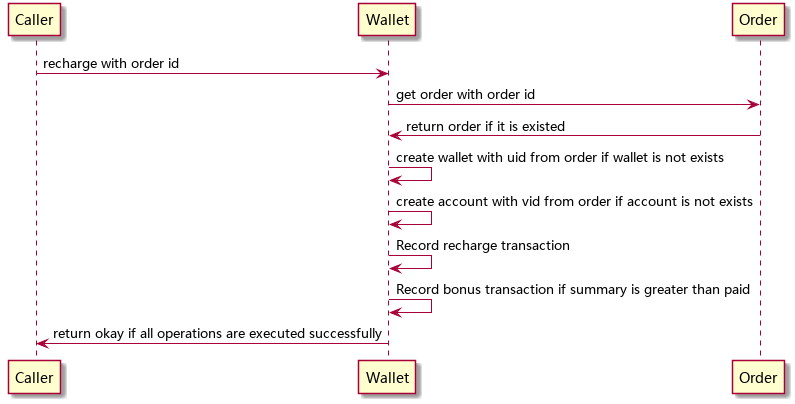
titan/hive-mockserver keeps this PlantUML diagram as img/wallet-recharge-sequence.png. Above is the earlier version.
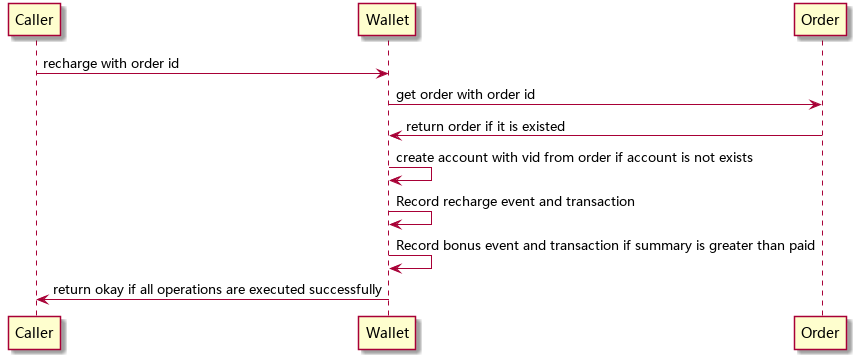
The same diagram one commit later.

Commit message:
Refactor wallet module

The edit, as a diff of the source:
```diff
@@ -3,10 +3,9 @@
 Caller -> Wallet : recharge with order id
 Wallet -> Order : get order with order id
 Order -> Wallet : return order if it is existed
-Wallet -> Wallet : create wallet with uid from order if wallet is not exists
 Wallet -> Wallet : create account with vid from order if account is not exists
-Wallet -> Wallet : Record recharge transaction
-Wallet -> Wallet : Record bonus transaction if summary is greater than paid
+Wallet -> Wallet : Record recharge event and transaction
+Wallet -> Wallet : Record bonus event and transaction if summary is greater than paid
 Wallet -> Caller : return okay if all operations are executed successfully
 
 @enduml
```
